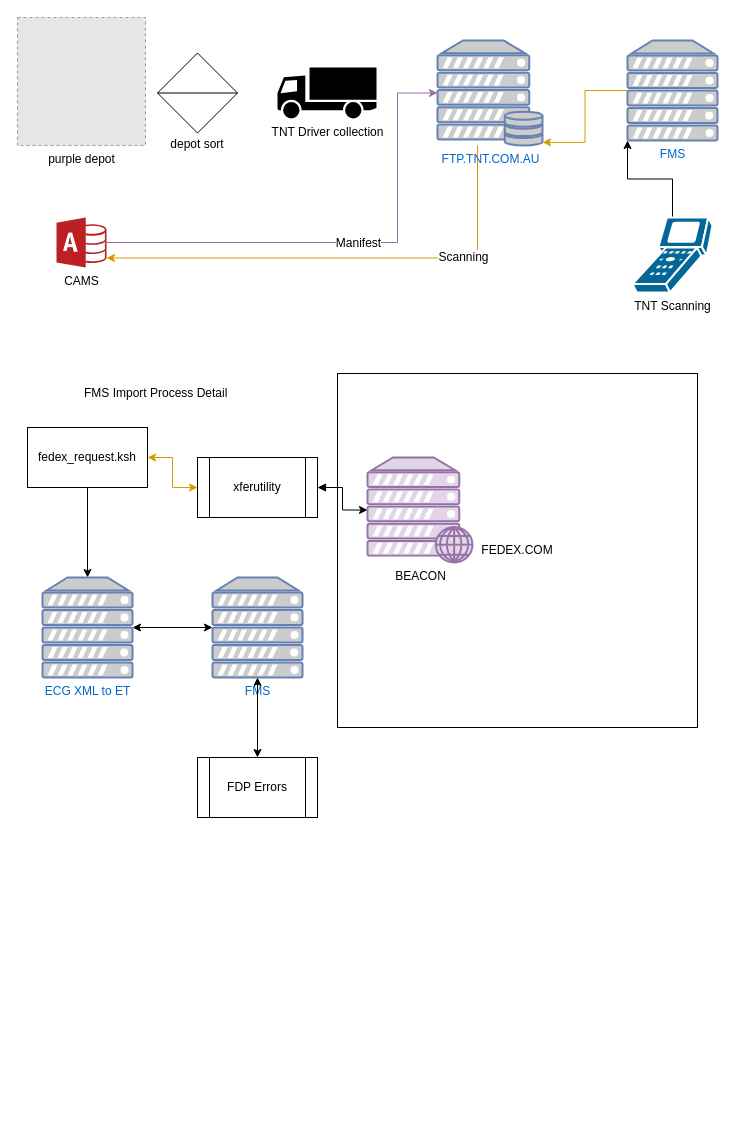
The draw.io diagram Untitled Diagram.drawio in mattybee/WorkPrjs, before the edit. Source tidied: cells renumbered, new cells numbered last; positions are measured from the earlier drawing's top-left corner, leaving out a move shared by most shapes. Both pictures are drawn from the tidied source at 100%, with x=0, y=0 at pixel (17, 17). Pictures stored in the file or linked from it are replaced by grey dashed boxes.
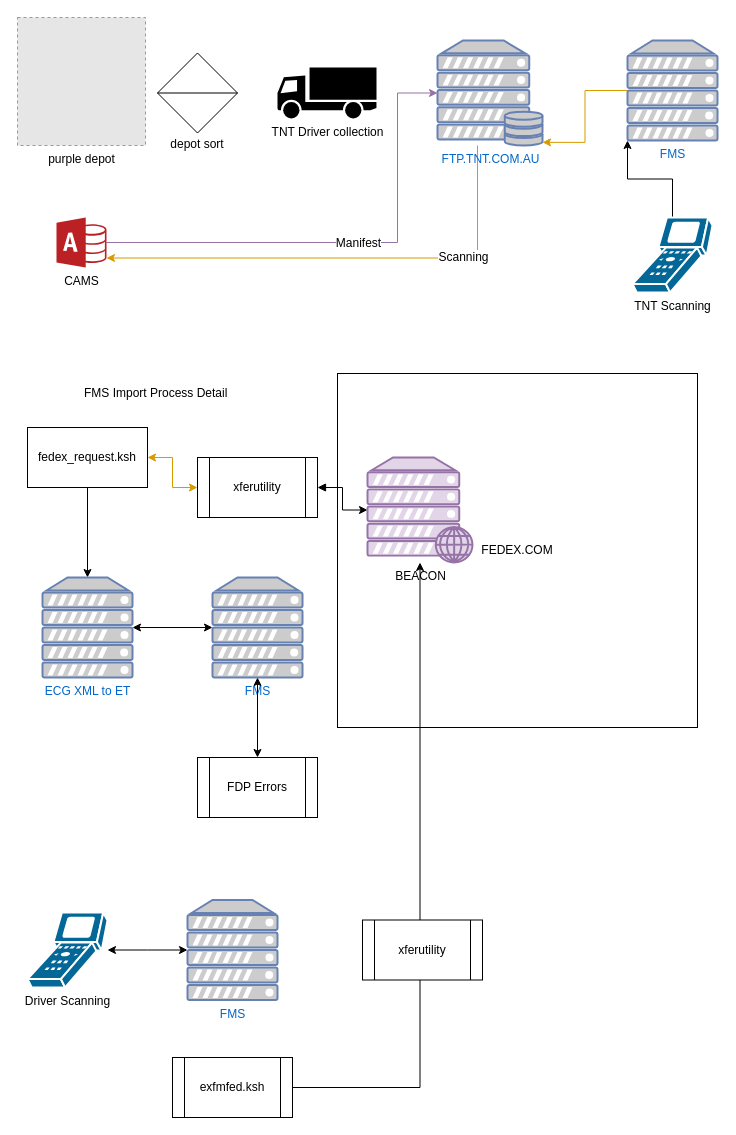
After the change.

The change refers to these unchanged cells:
```xml
<mxCell id="22" value="BEACON" style="verticalAlign=top;verticalLabelPosition=bottom;labelPosition=center;align=center;html=1;outlineConnect=0;fillColor=#e1d5e7;strokeColor=#9673a6;gradientDirection=north;strokeWidth=2;shape=mxgraph.networks.web_server;" parent="1" vertex="1">
  <mxGeometry x="350" y="440" width="105" height="105" as="geometry" />
</mxCell>
```

What changed in the source:
```diff
@@
+    <mxCell id="28" style="edgeStyle=orthogonalEdgeStyle;rounded=0;jettySize=auto;html=1;startArrow=classic;startFill=1;" parent="1" edge="1" source="29">
+      <mxGeometry relative="1" as="geometry">
+        <mxPoint x="170" y="932.5" as="targetPoint" />
+      </mxGeometry>
+    </mxCell>
+    <mxCell id="29" value="Driver Scanning" style="shape=mxgraph.cisco.computers_and_peripherals.scanner;html=1;dashed=0;fillColor=#036897;strokeColor=#ffffff;strokeWidth=2;verticalLabelPosition=bottom;verticalAlign=top;" parent="1" vertex="1">
+      <mxGeometry x="10" y="895" width="80" height="75" as="geometry" />
+    </mxCell>
+    <mxCell id="30" value="FMS" style="fontColor=#0066CC;verticalAlign=top;verticalLabelPosition=bottom;labelPosition=center;align=center;html=1;fillColor=#CCCCCC;strokeColor=#6881B3;gradientColor=none;gradientDirection=north;strokeWidth=2;shape=mxgraph.networks.server;" parent="1" vertex="1">
+      <mxGeometry x="170" y="882.5" width="90" height="100" as="geometry" />
+    </mxCell>
+    <mxCell id="31" style="edgeStyle=orthogonalEdgeStyle;rounded=0;jettySize=auto;html=1;startArrow=none;startFill=0;" parent="1" edge="1" source="32" target="22">
+      <mxGeometry relative="1" as="geometry" />
+    </mxCell>
+    <mxCell id="32" value="exfmfed.ksh" style="shape=process;whiteSpace=wrap;html=1;backgroundOutline=1;" parent="1" vertex="1">
+      <mxGeometry x="155" y="1040" width="120" height="60" as="geometry" />
+    </mxCell>
+    <mxCell id="33" value="xferutility" style="shape=process;whiteSpace=wrap;html=1;backgroundOutline=1;" parent="1" vertex="1">
+      <mxGeometry x="345" y="902.5" width="120" height="60" as="geometry" />
+    </mxCell>
```
